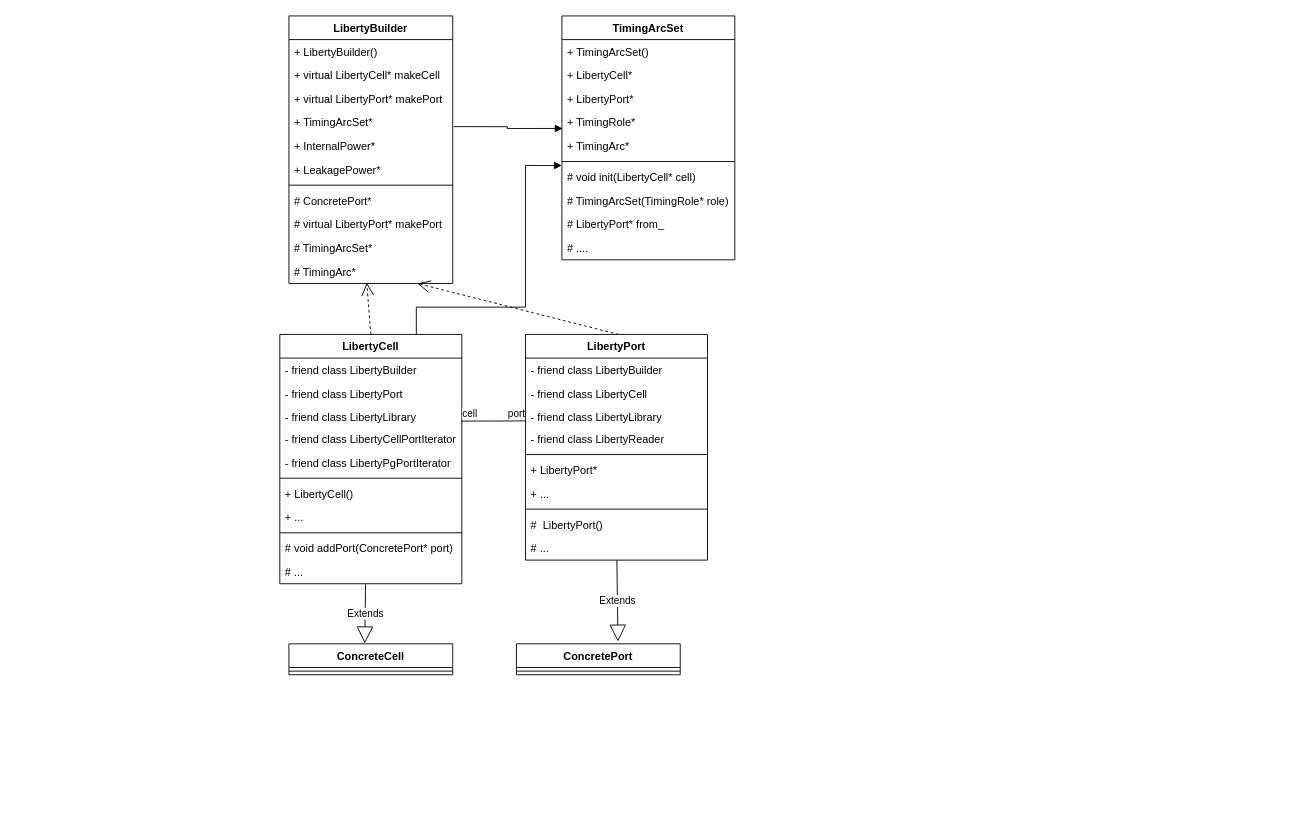
Ablution-han220/UML keeps this draw.io diagram as Opensta_liberty.drawio. Above is the earlier version. Source tidied: cells renumbered, new cells numbered last; positions are measured from the earlier drawing's top-left corner, leaving out a move shared by most shapes. Both pictures are drawn from the tidied source at 91%, with x=0, y=0 at pixel (279, 15).
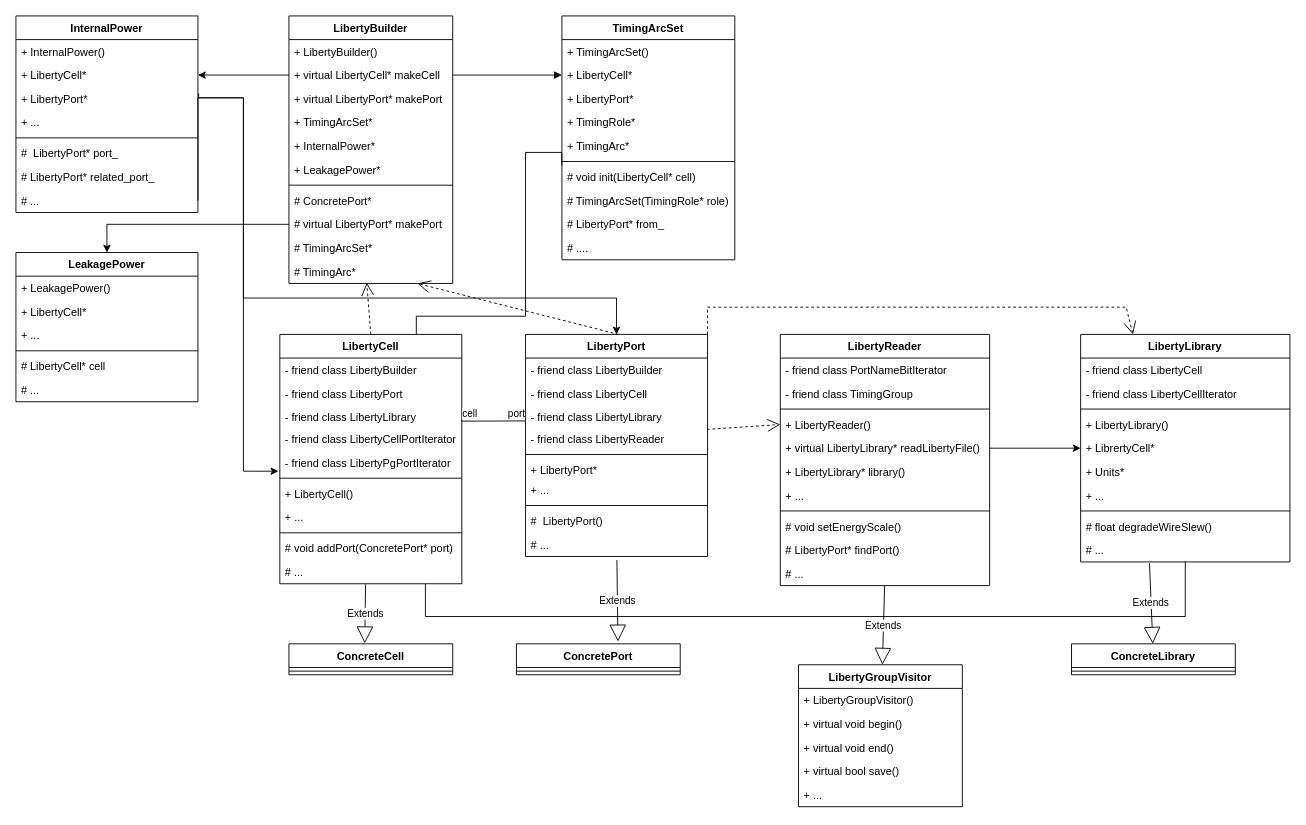
The same page after the edit.

Unchanged cells that the change refers to:
```xml
<mxCell id="4" value="+ virtual LibertyCell* makeCell&#10;" style="text;strokeColor=none;fillColor=none;align=left;verticalAlign=top;spacingLeft=4;spacingRight=4;overflow=hidden;points=[[0,0.5],[1,0.5]];portConstraint=eastwest;" parent="2" vertex="1">
  <mxGeometry y="52" width="180" height="26" as="geometry" />
</mxCell>
<mxCell id="6" value="+ TimingArcSet*" style="text;strokeColor=none;fillColor=none;align=left;verticalAlign=top;spacingLeft=4;spacingRight=4;overflow=hidden;points=[[0,0.5],[1,0.5]];portConstraint=eastwest;" parent="2" vertex="1">
  <mxGeometry y="104" width="180" height="26" as="geometry" />
</mxCell>
<mxCell id="11" value="# virtual LibertyPort* makePort" style="text;strokeColor=none;fillColor=none;align=left;verticalAlign=top;spacingLeft=4;spacingRight=4;overflow=hidden;points=[[0,0.5],[1,0.5]];portConstraint=eastwest;" parent="2" vertex="1">
  <mxGeometry y="216" width="180" height="26" as="geometry" />
</mxCell>
<mxCell id="16" value="+ LibertyCell*&#10;" style="text;strokeColor=none;fillColor=none;align=left;verticalAlign=top;spacingLeft=4;spacingRight=4;overflow=hidden;points=[[0,0.5],[1,0.5]];portConstraint=eastwest;" parent="14" vertex="1">
  <mxGeometry y="52" width="190" height="26" as="geometry" />
</mxCell>
<mxCell id="18" value="+ TimingRole*" style="text;strokeColor=none;fillColor=none;align=left;verticalAlign=top;spacingLeft=4;spacingRight=4;overflow=hidden;points=[[0,0.5],[1,0.5]];portConstraint=eastwest;" parent="14" vertex="1">
  <mxGeometry y="104" width="190" height="26" as="geometry" />
</mxCell>
<mxCell id="19" value="+ TimingArc*" style="text;strokeColor=none;fillColor=none;align=left;verticalAlign=top;spacingLeft=4;spacingRight=4;overflow=hidden;points=[[0,0.5],[1,0.5]];portConstraint=eastwest;" parent="14" vertex="1">
  <mxGeometry y="130" width="190" height="26" as="geometry" />
</mxCell>
<mxCell id="28" value="LibertyCell" style="swimlane;fontStyle=1;align=center;verticalAlign=top;horizontal=1;startSize=26;" parent="1" vertex="1">
  <mxGeometry y="350" width="200" height="274" as="geometry" />
</mxCell>
<mxCell id="33" value="- friend class LibertyPgPortIterator" style="text;strokeColor=none;fillColor=none;align=left;verticalAlign=top;spacingLeft=4;spacingRight=4;overflow=hidden;points=[[0,0.5],[1,0.5]];portConstraint=eastwest;" parent="28" vertex="1">
  <mxGeometry y="128" width="200" height="26" as="geometry" />
</mxCell>
<mxCell id="39" value="# ..." style="text;strokeColor=none;fillColor=none;align=left;verticalAlign=top;spacingLeft=4;spacingRight=4;overflow=hidden;points=[[0,0.5],[1,0.5]];portConstraint=eastwest;" parent="28" vertex="1">
  <mxGeometry y="248" width="200" height="26" as="geometry" />
</mxCell>
<mxCell id="48" value="- friend class LibertyLibrary" style="text;strokeColor=none;fillColor=none;align=left;verticalAlign=top;spacingLeft=4;spacingRight=4;overflow=hidden;points=[[0,0.5],[1,0.5]];portConstraint=eastwest;" parent="45" vertex="1">
  <mxGeometry y="78" width="200" height="24" as="geometry" />
</mxCell>
```

Diff of the diagram source:
```diff
@@
-    <mxCell id="25" style="endArrow=block;endFill=1;html=1;edgeStyle=orthogonalEdgeStyle;align=left;verticalAlign=top;rounded=0;entryX=0.004;entryY=0.756;entryDx=0;entryDy=0;entryPerimeter=0;exitX=1.006;exitY=0.679;exitDx=0;exitDy=0;exitPerimeter=0;" parent="1" edge="1" source="6" target="18">
+    <mxCell id="25" style="endArrow=block;endFill=1;html=1;edgeStyle=orthogonalEdgeStyle;align=left;verticalAlign=top;rounded=0;entryX=0;entryY=0.5;entryDx=0;entryDy=0;exitX=1;exitY=0.5;exitDx=0;exitDy=0;" parent="1" edge="1" source="4" target="16">
       <mxGeometry x="-1" relative="1" as="geometry" />
     </mxCell>
@@
-    <mxCell id="42" style="endArrow=block;endFill=1;html=1;edgeStyle=orthogonalEdgeStyle;align=left;verticalAlign=top;rounded=0;exitX=0.75;exitY=0;exitDx=0;exitDy=0;entryX=-0.001;entryY=1.321;entryDx=0;entryDy=0;entryPerimeter=0;" parent="1" edge="1" source="28" target="19">
+    <mxCell id="42" style="endArrow=none;endFill=0;html=1;edgeStyle=orthogonalEdgeStyle;align=left;verticalAlign=top;rounded=0;exitX=0.75;exitY=0;exitDx=0;exitDy=0;entryX=-0.001;entryY=1.321;entryDx=0;entryDy=0;entryPerimeter=0;" parent="1" edge="1" source="28" target="19">
       <mxGeometry x="-1" relative="1" as="geometry">
         <Array as="points">
-          <mxPoint x="150" y="320" />
-          <mxPoint x="270" y="320" />
-          <mxPoint x="270" y="164" />
+          <mxPoint x="150" y="330" />
+          <mxPoint x="270" y="330" />
+          <mxPoint x="270" y="150" />
+          <mxPoint x="310" y="150" />
         </Array>
       </mxGeometry>
     </mxCell>
@@
     <mxCell id="45" value="LibertyPort" style="swimlane;fontStyle=1;align=center;verticalAlign=top;horizontal=1;startSize=26;" parent="1" vertex="1">
-      <mxGeometry x="270" y="350" width="200" height="248" as="geometry" />
+      <mxGeometry x="270" y="350" width="200" height="244" as="geometry" />
     </mxCell>
@@
     <mxCell id="51" value="+ LibertyPort*" style="text;strokeColor=none;fillColor=none;align=left;verticalAlign=top;spacingLeft=4;spacingRight=4;overflow=hidden;" parent="45" vertex="1">
-      <mxGeometry y="136" width="200" height="26" as="geometry" />
+      <mxGeometry y="136" width="200" height="22" as="geometry" />
     </mxCell>
     <mxCell id="52" value="+ ..." style="text;strokeColor=none;fillColor=none;align=left;verticalAlign=top;spacingLeft=4;spacingRight=4;overflow=hidden;" parent="45" vertex="1">
-      <mxGeometry y="162" width="200" height="26" as="geometry" />
+      <mxGeometry y="158" width="200" height="26" as="geometry" />
     </mxCell>
     <mxCell id="53" style="line;strokeWidth=1;fillColor=none;align=left;verticalAlign=middle;spacingTop=-1;spacingLeft=3;spacingRight=3;labelPosition=right;" parent="45" vertex="1">
-      <mxGeometry y="188" width="200" height="8" as="geometry" />
+      <mxGeometry y="184" width="200" height="8" as="geometry" />
     </mxCell>
     <mxCell id="54" value="#  LibertyPort()" style="text;strokeColor=none;fillColor=none;align=left;verticalAlign=top;spacingLeft=4;spacingRight=4;overflow=hidden;" parent="45" vertex="1">
-      <mxGeometry y="196" width="200" height="26" as="geometry" />
+      <mxGeometry y="192" width="200" height="26" as="geometry" />
     </mxCell>
     <mxCell id="55" value="# ..." style="text;strokeColor=none;fillColor=none;align=left;verticalAlign=top;spacingLeft=4;spacingRight=4;overflow=hidden;" parent="45" vertex="1">
-      <mxGeometry y="222" width="200" height="26" as="geometry" />
+      <mxGeometry y="218" width="200" height="26" as="geometry" />
     </mxCell>
@@
+    <mxCell id="61" value="InternalPower" style="swimlane;fontStyle=1;align=center;verticalAlign=top;horizontal=1;startSize=26;" parent="1" vertex="1">
+      <mxGeometry x="-290" width="200" height="216" as="geometry" />
+    </mxCell>
+    <mxCell id="62" value="+ InternalPower()" style="text;strokeColor=none;fillColor=none;align=left;verticalAlign=top;spacingLeft=4;spacingRight=4;overflow=hidden;" parent="61" vertex="1">
+      <mxGeometry y="26" width="200" height="26" as="geometry" />
+    </mxCell>
+    <mxCell id="63" value="+ LibertyCell*" style="text;strokeColor=none;fillColor=none;align=left;verticalAlign=top;spacingLeft=4;spacingRight=4;overflow=hidden;points=[[0,0.5],[1,0.5]];portConstraint=eastwest;" parent="61" vertex="1">
+      <mxGeometry y="52" width="200" height="26" as="geometry" />
+    </mxCell>
+    <mxCell id="64" value="+ LibertyPort*" style="text;strokeColor=none;fillColor=none;align=left;verticalAlign=top;spacingLeft=4;spacingRight=4;overflow=hidden;points=[[0,0.5],[1,0.5]];portConstraint=eastwest;" parent="61" vertex="1">
+      <mxGeometry y="78" width="200" height="26" as="geometry" />
+    </mxCell>
+    <mxCell id="65" value="+ ..." style="text;strokeColor=none;fillColor=none;align=left;verticalAlign=top;spacingLeft=4;spacingRight=4;overflow=hidden;" parent="61" vertex="1">
+      <mxGeometry y="104" width="200" height="26" as="geometry" />
+    </mxCell>
+    <mxCell id="66" style="line;strokeWidth=1;fillColor=none;align=left;verticalAlign=middle;spacingTop=-1;spacingLeft=3;spacingRight=3;labelPosition=right;" parent="61" vertex="1">
+      <mxGeometry y="130" width="200" height="8" as="geometry" />
+    </mxCell>
+    <mxCell id="67" value="#  LibertyPort* port_" style="text;strokeColor=none;fillColor=none;align=left;verticalAlign=top;spacingLeft=4;spacingRight=4;overflow=hidden;" parent="61" vertex="1">
+      <mxGeometry y="138" width="200" height="26" as="geometry" />
+    </mxCell>
+    <mxCell id="68" value="# LibertyPort* related_port_" style="text;strokeColor=none;fillColor=none;align=left;verticalAlign=top;spacingLeft=4;spacingRight=4;overflow=hidden;" parent="61" vertex="1">
+      <mxGeometry y="164" width="200" height="26" as="geometry" />
+    </mxCell>
+    <mxCell id="69" value="# ..." style="text;strokeColor=none;fillColor=none;align=left;verticalAlign=top;spacingLeft=4;spacingRight=4;overflow=hidden;points=[[0,0.5],[1,0.5]];portConstraint=eastwest;" parent="61" vertex="1">
+      <mxGeometry y="190" width="200" height="26" as="geometry" />
+    </mxCell>
+    <mxCell id="70" style="edgeStyle=orthogonalEdgeStyle;rounded=0;jettySize=auto;html=1;exitX=1;exitY=0.5;exitDx=0;exitDy=0;entryX=-0.008;entryY=0.859;entryDx=0;entryDy=0;entryPerimeter=0;" parent="1" edge="1" source="69" target="33">
+      <mxGeometry relative="1" as="geometry">
+        <Array as="points">
+          <mxPoint x="-90" y="90" />
+          <mxPoint x="-40" y="90" />
+          <mxPoint x="-40" y="500" />
+        </Array>
+      </mxGeometry>
+    </mxCell>
+    <mxCell id="71" style="edgeStyle=orthogonalEdgeStyle;rounded=0;jettySize=auto;html=1;exitX=1.004;exitY=0.274;exitDx=0;exitDy=0;entryX=0.5;entryY=0;entryDx=0;entryDy=0;exitPerimeter=0;" parent="1" edge="1" source="64" target="45">
+      <mxGeometry relative="1" as="geometry">
+        <Array as="points">
+          <mxPoint x="-89" y="90" />
+          <mxPoint x="-40" y="90" />
+          <mxPoint x="-40" y="310" />
+          <mxPoint x="370" y="310" />
+        </Array>
+      </mxGeometry>
+    </mxCell>
+    <mxCell id="72" style="edgeStyle=orthogonalEdgeStyle;rounded=0;jettySize=auto;html=1;exitX=0;exitY=0.5;exitDx=0;exitDy=0;entryX=1;entryY=0.5;entryDx=0;entryDy=0;endArrow=classic;endFill=1;" parent="1" edge="1" source="4" target="63">
+      <mxGeometry relative="1" as="geometry" />
+    </mxCell>
+    <mxCell id="73" value="LeakagePower" style="swimlane;fontStyle=1;align=center;verticalAlign=top;horizontal=1;startSize=26;" parent="1" vertex="1">
+      <mxGeometry x="-290" y="260" width="200" height="164" as="geometry" />
+    </mxCell>
+    <mxCell id="74" value="+ LeakagePower()" style="text;strokeColor=none;fillColor=none;align=left;verticalAlign=top;spacingLeft=4;spacingRight=4;overflow=hidden;" parent="73" vertex="1">
+      <mxGeometry y="26" width="200" height="26" as="geometry" />
+    </mxCell>
+    <mxCell id="75" value="+ LibertyCell*" style="text;strokeColor=none;fillColor=none;align=left;verticalAlign=top;spacingLeft=4;spacingRight=4;overflow=hidden;" parent="73" vertex="1">
+      <mxGeometry y="52" width="200" height="26" as="geometry" />
+    </mxCell>
+    <mxCell id="76" value="+ ..." style="text;strokeColor=none;fillColor=none;align=left;verticalAlign=top;spacingLeft=4;spacingRight=4;overflow=hidden;" parent="73" vertex="1">
+      <mxGeometry y="78" width="200" height="26" as="geometry" />
+    </mxCell>
+    <mxCell id="77" style="line;strokeWidth=1;fillColor=none;align=left;verticalAlign=middle;spacingTop=-1;spacingLeft=3;spacingRight=3;labelPosition=right;" parent="73" vertex="1">
+      <mxGeometry y="104" width="200" height="8" as="geometry" />
+    </mxCell>
+    <mxCell id="78" value="# LibertyCell* cell" style="text;strokeColor=none;fillColor=none;align=left;verticalAlign=top;spacingLeft=4;spacingRight=4;overflow=hidden;" parent="73" vertex="1">
+      <mxGeometry y="112" width="200" height="26" as="geometry" />
+    </mxCell>
+    <mxCell id="79" value="# ..." style="text;strokeColor=none;fillColor=none;align=left;verticalAlign=top;spacingLeft=4;spacingRight=4;overflow=hidden;" parent="73" vertex="1">
+      <mxGeometry y="138" width="200" height="26" as="geometry" />
+    </mxCell>
+    <mxCell id="80" style="edgeStyle=orthogonalEdgeStyle;rounded=0;jettySize=auto;html=1;exitX=0;exitY=0.5;exitDx=0;exitDy=0;entryX=0.5;entryY=0;entryDx=0;entryDy=0;endArrow=classic;endFill=1;" parent="1" edge="1" source="11" target="73">
+      <mxGeometry relative="1" as="geometry" />
+    </mxCell>
+    <mxCell id="81" value="LibertyReader" style="swimlane;fontStyle=1;align=center;verticalAlign=top;horizontal=1;startSize=26;" parent="1" vertex="1">
+      <mxGeometry x="550" y="350" width="230" height="276" as="geometry" />
+    </mxCell>
+    <mxCell id="82" value="- friend class PortNameBitIterator" style="text;strokeColor=none;fillColor=none;align=left;verticalAlign=top;spacingLeft=4;spacingRight=4;overflow=hidden;" parent="81" vertex="1">
+      <mxGeometry y="26" width="230" height="26" as="geometry" />
+    </mxCell>
+    <mxCell id="83" value="- friend class TimingGroup" style="text;strokeColor=none;fillColor=none;align=left;verticalAlign=top;spacingLeft=4;spacingRight=4;overflow=hidden;" parent="81" vertex="1">
+      <mxGeometry y="52" width="230" height="26" as="geometry" />
+    </mxCell>
+    <mxCell id="84" style="line;strokeWidth=1;fillColor=none;align=left;verticalAlign=middle;spacingTop=-1;spacingLeft=3;spacingRight=3;labelPosition=right;" parent="81" vertex="1">
+      <mxGeometry y="78" width="230" height="8" as="geometry" />
+    </mxCell>
+    <mxCell id="85" value="+ LibertyReader()" style="text;strokeColor=none;fillColor=none;align=left;verticalAlign=top;spacingLeft=4;spacingRight=4;overflow=hidden;points=[[0,0.5],[1,0.5]];portConstraint=eastwest;" parent="81" vertex="1">
+      <mxGeometry y="86" width="230" height="26" as="geometry" />
+    </mxCell>
+    <mxCell id="86" value="+ virtual LibertyLibrary* readLibertyFile()&#10;" style="text;strokeColor=none;fillColor=none;align=left;verticalAlign=top;spacingLeft=4;spacingRight=4;overflow=hidden;points=[[0,0.5],[1,0.5]];portConstraint=eastwest;" parent="81" vertex="1">
+      <mxGeometry y="112" width="230" height="26" as="geometry" />
+    </mxCell>
+    <mxCell id="87" value="+ LibertyLibrary* library()" style="text;strokeColor=none;fillColor=none;align=left;verticalAlign=top;spacingLeft=4;spacingRight=4;overflow=hidden;" parent="81" vertex="1">
+      <mxGeometry y="138" width="230" height="26" as="geometry" />
+    </mxCell>
+    <mxCell id="88" value="+ ..." style="text;strokeColor=none;fillColor=none;align=left;verticalAlign=top;spacingLeft=4;spacingRight=4;overflow=hidden;" parent="81" vertex="1">
+      <mxGeometry y="164" width="230" height="26" as="geometry" />
+    </mxCell>
+    <mxCell id="89" style="line;strokeWidth=1;fillColor=none;align=left;verticalAlign=middle;spacingTop=-1;spacingLeft=3;spacingRight=3;labelPosition=right;" parent="81" vertex="1">
+      <mxGeometry y="190" width="230" height="8" as="geometry" />
+    </mxCell>
+    <mxCell id="90" value="# void setEnergyScale()" style="text;strokeColor=none;fillColor=none;align=left;verticalAlign=top;spacingLeft=4;spacingRight=4;overflow=hidden;" parent="81" vertex="1">
+      <mxGeometry y="198" width="230" height="26" as="geometry" />
+    </mxCell>
+    <mxCell id="91" value="# LibertyPort* findPort()" style="text;strokeColor=none;fillColor=none;align=left;verticalAlign=top;spacingLeft=4;spacingRight=4;overflow=hidden;" parent="81" vertex="1">
+      <mxGeometry y="224" width="230" height="26" as="geometry" />
+    </mxCell>
+    <mxCell id="92" value="# ..." style="text;strokeColor=none;fillColor=none;align=left;verticalAlign=top;spacingLeft=4;spacingRight=4;overflow=hidden;points=[[0,0.5],[1,0.5]];portConstraint=eastwest;" parent="81" vertex="1">
+      <mxGeometry y="250" width="230" height="26" as="geometry" />
+    </mxCell>
+    <mxCell id="93" value="LibertyGroupVisitor" style="swimlane;fontStyle=1;align=center;verticalAlign=top;horizontal=1;startSize=26;" parent="1" vertex="1">
+      <mxGeometry x="570" y="713" width="180" height="156" as="geometry" />
+    </mxCell>
+    <mxCell id="94" value="+ LibertyGroupVisitor()" style="text;strokeColor=none;fillColor=none;align=left;verticalAlign=top;spacingLeft=4;spacingRight=4;overflow=hidden;" parent="93" vertex="1">
+      <mxGeometry y="26" width="180" height="26" as="geometry" />
+    </mxCell>
+    <mxCell id="95" value="+ virtual void begin()&#10;" style="text;strokeColor=none;fillColor=none;align=left;verticalAlign=top;spacingLeft=4;spacingRight=4;overflow=hidden;" parent="93" vertex="1">
+      <mxGeometry y="52" width="180" height="26" as="geometry" />
+    </mxCell>
+    <mxCell id="96" value="+ virtual void end()&#10;" style="text;strokeColor=none;fillColor=none;align=left;verticalAlign=top;spacingLeft=4;spacingRight=4;overflow=hidden;" parent="93" vertex="1">
+      <mxGeometry y="78" width="180" height="26" as="geometry" />
+    </mxCell>
+    <mxCell id="97" value="+ virtual bool save()" style="text;strokeColor=none;fillColor=none;align=left;verticalAlign=top;spacingLeft=4;spacingRight=4;overflow=hidden;" parent="93" vertex="1">
+      <mxGeometry y="104" width="180" height="26" as="geometry" />
+    </mxCell>
+    <mxCell id="98" value="+ ..." style="text;strokeColor=none;fillColor=none;align=left;verticalAlign=top;spacingLeft=4;spacingRight=4;overflow=hidden;" parent="93" vertex="1">
+      <mxGeometry y="130" width="180" height="26" as="geometry" />
+    </mxCell>
+    <mxCell id="99" value="Extends" style="endArrow=block;endSize=16;endFill=0;html=1;rounded=0;" parent="1" edge="1" source="92" target="93">
+      <mxGeometry relative="1" as="geometry" />
+    </mxCell>
+    <mxCell id="100" style="endArrow=open;endSize=12;dashed=1;html=1;rounded=0;exitX=0.997;exitY=1.098;exitDx=0;exitDy=0;exitPerimeter=0;entryX=0;entryY=0.5;entryDx=0;entryDy=0;" parent="1" edge="1" source="48" target="85">
+      <mxGeometry relative="1" as="geometry" />
+    </mxCell>
+    <mxCell id="101" style="edgeStyle=orthogonalEdgeStyle;rounded=0;jettySize=auto;html=1;exitX=0.5;exitY=0.989;exitDx=0;exitDy=0;endArrow=none;endFill=0;exitPerimeter=0;" parent="1" edge="1" source="112" target="39">
+      <mxGeometry relative="1" as="geometry">
+        <Array as="points">
+          <mxPoint x="995" y="660" />
+          <mxPoint x="160" y="660" />
+        </Array>
+      </mxGeometry>
+    </mxCell>
+    <mxCell id="102" value="LibertyLibrary" style="swimlane;fontStyle=1;align=center;verticalAlign=top;horizontal=1;startSize=26;" parent="1" vertex="1">
+      <mxGeometry x="880" y="350" width="230" height="250" as="geometry" />
+    </mxCell>
+    <mxCell id="103" value="- friend class LibertyCell" style="text;strokeColor=none;fillColor=none;align=left;verticalAlign=top;spacingLeft=4;spacingRight=4;overflow=hidden;" parent="102" vertex="1">
+      <mxGeometry y="26" width="230" height="26" as="geometry" />
+    </mxCell>
+    <mxCell id="104" value="- friend class LibertyCellIterator" style="text;strokeColor=none;fillColor=none;align=left;verticalAlign=top;spacingLeft=4;spacingRight=4;overflow=hidden;" parent="102" vertex="1">
+      <mxGeometry y="52" width="230" height="26" as="geometry" />
+    </mxCell>
+    <mxCell id="105" style="line;strokeWidth=1;fillColor=none;align=left;verticalAlign=middle;spacingTop=-1;spacingLeft=3;spacingRight=3;labelPosition=right;" parent="102" vertex="1">
+      <mxGeometry y="78" width="230" height="8" as="geometry" />
+    </mxCell>
+    <mxCell id="106" value="+ LibertyLibrary()" style="text;strokeColor=none;fillColor=none;align=left;verticalAlign=top;spacingLeft=4;spacingRight=4;overflow=hidden;" parent="102" vertex="1">
+      <mxGeometry y="86" width="230" height="26" as="geometry" />
+    </mxCell>
+    <mxCell id="107" value="+ LibrertyCell*&#10;" style="text;strokeColor=none;fillColor=none;align=left;verticalAlign=top;spacingLeft=4;spacingRight=4;overflow=hidden;points=[[0,0.5],[1,0.5]];portConstraint=eastwest;" parent="102" vertex="1">
+      <mxGeometry y="112" width="230" height="26" as="geometry" />
+    </mxCell>
+    <mxCell id="108" value="+ Units*" style="text;strokeColor=none;fillColor=none;align=left;verticalAlign=top;spacingLeft=4;spacingRight=4;overflow=hidden;" parent="102" vertex="1">
+      <mxGeometry y="138" width="230" height="26" as="geometry" />
+    </mxCell>
+    <mxCell id="109" value="+ ..." style="text;strokeColor=none;fillColor=none;align=left;verticalAlign=top;spacingLeft=4;spacingRight=4;overflow=hidden;" parent="102" vertex="1">
+      <mxGeometry y="164" width="230" height="26" as="geometry" />
+    </mxCell>
+    <mxCell id="110" style="line;strokeWidth=1;fillColor=none;align=left;verticalAlign=middle;spacingTop=-1;spacingLeft=3;spacingRight=3;labelPosition=right;" parent="102" vertex="1">
+      <mxGeometry y="190" width="230" height="8" as="geometry" />
+    </mxCell>
+    <mxCell id="111" value="# float degradeWireSlew()" style="text;strokeColor=none;fillColor=none;align=left;verticalAlign=top;spacingLeft=4;spacingRight=4;overflow=hidden;" parent="102" vertex="1">
+      <mxGeometry y="198" width="230" height="26" as="geometry" />
+    </mxCell>
+    <mxCell id="112" value="# ..." style="text;strokeColor=none;fillColor=none;align=left;verticalAlign=top;spacingLeft=4;spacingRight=4;overflow=hidden;points=[[0,0.5],[1,0.5]];portConstraint=eastwest;" parent="102" vertex="1">
+      <mxGeometry y="224" width="230" height="26" as="geometry" />
+    </mxCell>
+    <mxCell id="113" style="edgeStyle=orthogonalEdgeStyle;rounded=0;jettySize=auto;html=1;exitX=1;exitY=0.5;exitDx=0;exitDy=0;endArrow=classic;endFill=1;entryX=0;entryY=0.5;entryDx=0;entryDy=0;" parent="1" edge="1" source="86" target="107">
+      <mxGeometry relative="1" as="geometry" />
+    </mxCell>
+    <mxCell id="114" style="endArrow=open;endSize=12;dashed=1;html=1;rounded=0;exitX=1;exitY=0;exitDx=0;exitDy=0;entryX=0.25;entryY=0;entryDx=0;entryDy=0;" parent="1" edge="1" source="45" target="102">
+      <mxGeometry x="0.07" y="10" relative="1" as="geometry">
+        <Array as="points">
+          <mxPoint x="470" y="320" />
+          <mxPoint x="930" y="320" />
+        </Array>
+        <mxPoint x="-1" as="offset" />
+      </mxGeometry>
+    </mxCell>
+    <mxCell id="115" value="ConcreteLibrary" style="swimlane;fontStyle=1;align=center;verticalAlign=top;horizontal=1;startSize=26;" parent="1" vertex="1">
+      <mxGeometry x="870" y="690" width="180" height="34" as="geometry" />
+    </mxCell>
+    <mxCell id="116" style="line;strokeWidth=1;fillColor=none;align=left;verticalAlign=middle;spacingTop=-1;spacingLeft=3;spacingRight=3;labelPosition=right;" parent="115" vertex="1">
+      <mxGeometry y="26" width="180" height="8" as="geometry" />
+    </mxCell>
+    <mxCell id="117" value="Extends" style="endArrow=block;endSize=16;endFill=0;html=1;rounded=0;exitX=0.329;exitY=1.054;exitDx=0;exitDy=0;exitPerimeter=0;" parent="1" edge="1" source="112" target="115">
+      <mxGeometry relative="1" as="geometry" />
+    </mxCell>
```
